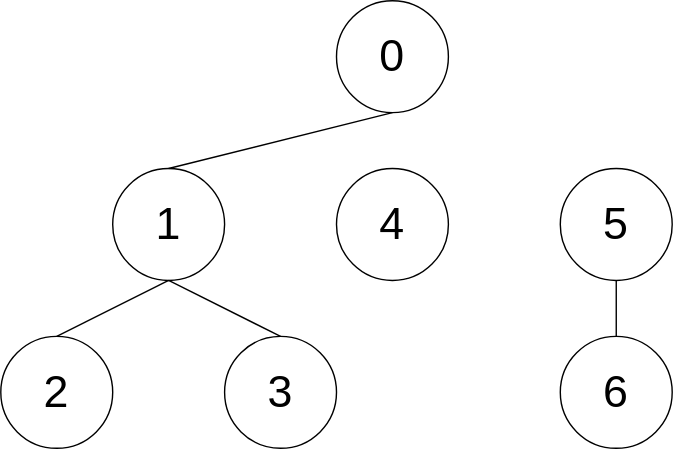
Earlier version of the draw.io export lib/cpalgo/tree/tests/euler_tour_testcase2.drawio.svg (xirc/cp-algorithm). Source tidied: cells renumbered, new cells last; positions are measured from the earlier drawing's top-left corner, leaving out a move shared by most shapes.
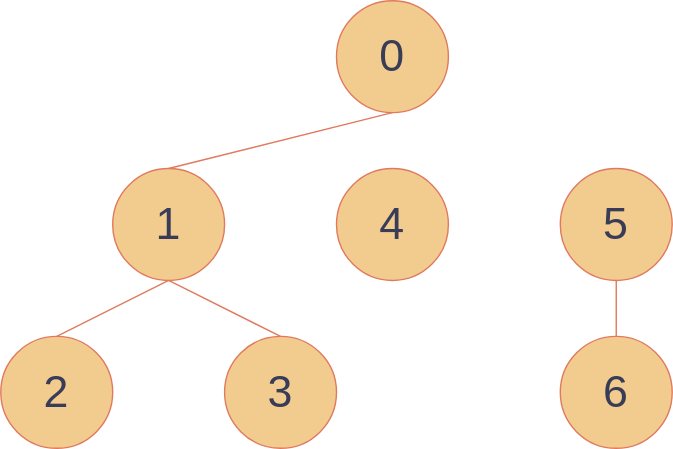
Later version of the same file.

Change to the diagram source:
```diff
@@ -1,38 +1,38 @@
-<mxGraphModel>
+<mxGraphModel background="#FFFFFF">
   <root>
     <mxCell id="0" />
     <mxCell id="1" parent="0" />
-    <mxCell id="2" value="0" style="ellipse;whiteSpace=wrap;html=1;fontSize=32;" parent="1" vertex="1">
+    <mxCell id="2" value="0" style="ellipse;whiteSpace=wrap;html=1;fontSize=32;fillColor=#F2CC8F;strokeColor=#E07A5F;fontColor=#393C56;" parent="1" vertex="1">
       <mxGeometry x="240" width="80" height="80" as="geometry" />
     </mxCell>
-    <mxCell id="3" value="1" style="ellipse;whiteSpace=wrap;html=1;fontSize=32;" parent="1" vertex="1">
+    <mxCell id="3" value="1" style="ellipse;whiteSpace=wrap;html=1;fontSize=32;fillColor=#F2CC8F;strokeColor=#E07A5F;fontColor=#393C56;" parent="1" vertex="1">
       <mxGeometry x="80" y="120" width="80" height="80" as="geometry" />
     </mxCell>
-    <mxCell id="4" value="2" style="ellipse;whiteSpace=wrap;html=1;fontSize=32;" parent="1" vertex="1">
+    <mxCell id="4" value="2" style="ellipse;whiteSpace=wrap;html=1;fontSize=32;fillColor=#F2CC8F;strokeColor=#E07A5F;fontColor=#393C56;" parent="1" vertex="1">
       <mxGeometry y="240" width="80" height="80" as="geometry" />
     </mxCell>
-    <mxCell id="5" value="3" style="ellipse;whiteSpace=wrap;html=1;fontSize=32;" parent="1" vertex="1">
+    <mxCell id="5" value="3" style="ellipse;whiteSpace=wrap;html=1;fontSize=32;fillColor=#F2CC8F;strokeColor=#E07A5F;fontColor=#393C56;" parent="1" vertex="1">
       <mxGeometry x="160" y="240" width="80" height="80" as="geometry" />
     </mxCell>
-    <mxCell id="6" value="6" style="ellipse;whiteSpace=wrap;html=1;fontSize=32;" parent="1" vertex="1">
+    <mxCell id="6" value="6" style="ellipse;whiteSpace=wrap;html=1;fontSize=32;fillColor=#F2CC8F;strokeColor=#E07A5F;fontColor=#393C56;" parent="1" vertex="1">
       <mxGeometry x="400" y="240" width="80" height="80" as="geometry" />
     </mxCell>
-    <mxCell id="7" value="5" style="ellipse;whiteSpace=wrap;html=1;fontSize=32;" parent="1" vertex="1">
+    <mxCell id="7" value="5" style="ellipse;whiteSpace=wrap;html=1;fontSize=32;fillColor=#F2CC8F;strokeColor=#E07A5F;fontColor=#393C56;" parent="1" vertex="1">
       <mxGeometry x="400" y="120" width="80" height="80" as="geometry" />
     </mxCell>
-    <mxCell id="8" value="4" style="ellipse;whiteSpace=wrap;html=1;fontSize=32;" parent="1" vertex="1">
+    <mxCell id="8" value="4" style="ellipse;whiteSpace=wrap;html=1;fontSize=32;fillColor=#F2CC8F;strokeColor=#E07A5F;fontColor=#393C56;" parent="1" vertex="1">
       <mxGeometry x="240" y="120" width="80" height="80" as="geometry" />
     </mxCell>
-    <mxCell id="9" style="endArrow=none;html=1;fontSize=32;entryX=0.5;entryY=1;entryDx=0;entryDy=0;exitX=0.5;exitY=0;exitDx=0;exitDy=0;" parent="1" edge="1" source="3" target="2">
+    <mxCell id="9" style="endArrow=none;html=1;fontSize=32;entryX=0.5;entryY=1;entryDx=0;entryDy=0;exitX=0.5;exitY=0;exitDx=0;exitDy=0;labelBackgroundColor=#F4F1DE;strokeColor=#E07A5F;fontColor=#393C56;" parent="1" edge="1" source="3" target="2">
       <mxGeometry relative="1" as="geometry" />
     </mxCell>
-    <mxCell id="10" style="endArrow=none;html=1;fontSize=32;entryX=0.5;entryY=1;entryDx=0;entryDy=0;exitX=0.5;exitY=0;exitDx=0;exitDy=0;" parent="1" edge="1" source="4" target="3">
+    <mxCell id="10" style="endArrow=none;html=1;fontSize=32;entryX=0.5;entryY=1;entryDx=0;entryDy=0;exitX=0.5;exitY=0;exitDx=0;exitDy=0;labelBackgroundColor=#F4F1DE;strokeColor=#E07A5F;fontColor=#393C56;" parent="1" edge="1" source="4" target="3">
       <mxGeometry relative="1" as="geometry" />
     </mxCell>
-    <mxCell id="11" style="endArrow=none;html=1;fontSize=32;entryX=0.5;entryY=1;entryDx=0;entryDy=0;exitX=0.5;exitY=0;exitDx=0;exitDy=0;" parent="1" edge="1" source="5" target="3">
+    <mxCell id="11" style="endArrow=none;html=1;fontSize=32;entryX=0.5;entryY=1;entryDx=0;entryDy=0;exitX=0.5;exitY=0;exitDx=0;exitDy=0;labelBackgroundColor=#F4F1DE;strokeColor=#E07A5F;fontColor=#393C56;" parent="1" edge="1" source="5" target="3">
       <mxGeometry relative="1" as="geometry" />
     </mxCell>
-    <mxCell id="12" style="endArrow=none;html=1;fontSize=32;exitX=0.5;exitY=1;exitDx=0;exitDy=0;entryX=0.5;entryY=0;entryDx=0;entryDy=0;" parent="1" edge="1" source="7" target="6">
+    <mxCell id="12" style="endArrow=none;html=1;fontSize=32;exitX=0.5;exitY=1;exitDx=0;exitDy=0;entryX=0.5;entryY=0;entryDx=0;entryDy=0;labelBackgroundColor=#F4F1DE;strokeColor=#E07A5F;fontColor=#393C56;" parent="1" edge="1" source="7" target="6">
       <mxGeometry relative="1" as="geometry" />
     </mxCell>
   </root>
```
